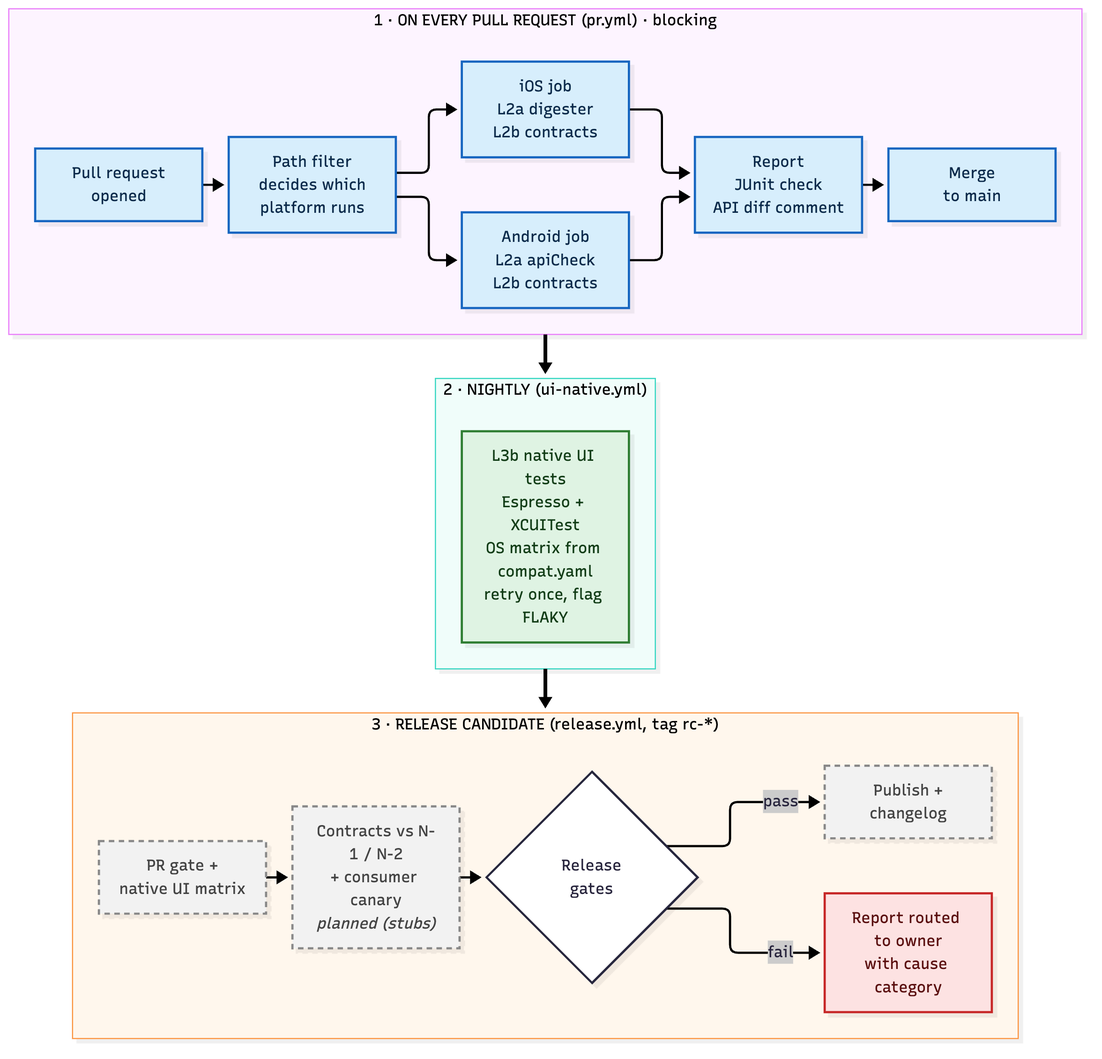
Above: deliverables/diagrams/2-ci-cd-pipeline.png in ricardorlg/sdk-qa-assignment (Mermaid), before the change. Its source is kept beside it as docs/diagrams/2-ci-cd-pipeline.mmd.
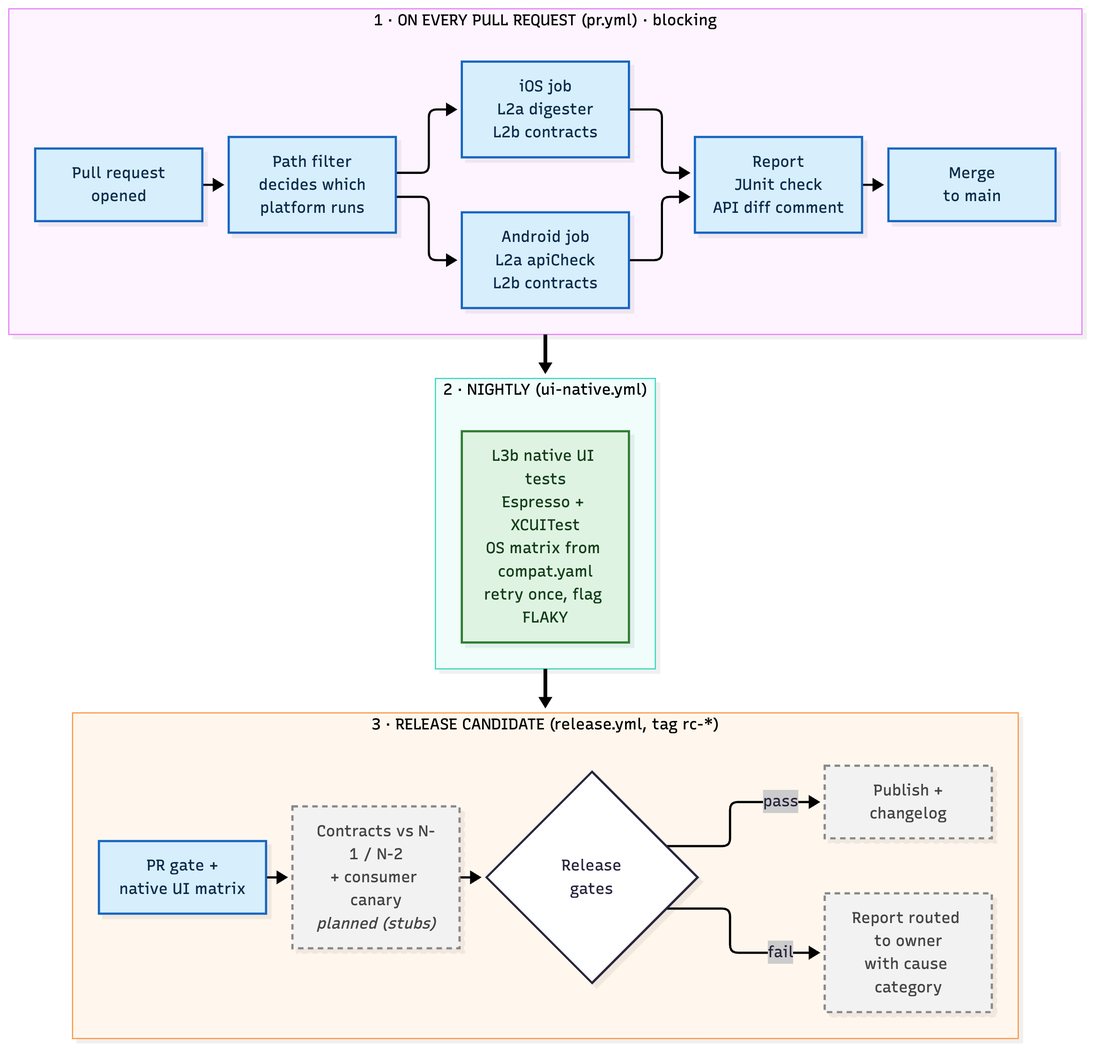
The same file after the commit.

Commit message:
Docs: fix pipeline diagram styles, move architecture diagrams to section 2.1, keep headings with next block

The edit, as a diff of the source:
```diff
@@ -22,8 +22,6 @@
   classDef built fill:#d7eefc,stroke:#1565c0,stroke-width:2px,color:#0b2a4a
   classDef nightly fill:#dff3e3,stroke:#2e7d32,stroke-width:2px,color:#123d17
   classDef planned fill:#f2f2f2,stroke:#888,stroke-width:2px,stroke-dasharray:5 4,color:#444
-  classDef bad fill:#fde2e2,stroke:#c62828,stroke-width:2px,color:#5a0f0f
-  class DEV,PF,A,I,REP,MRG built
+  class DEV,PF,A,I,REP,MRG,TAG built
   class NIGHT nightly
-  class TAG,PREV,PUB planned
-  class OWN bad
+  class PREV,PUB,OWN planned
```
